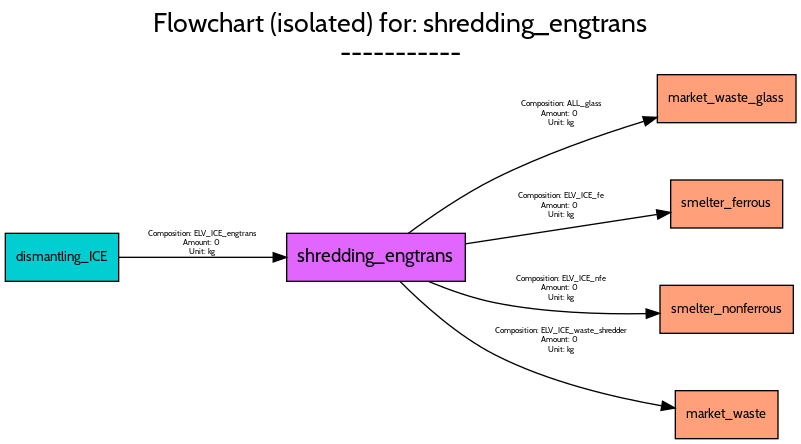
The Graphviz diagram src/examples/ELV/figures/flowcharts/processes/png/shredding_engtrans.png in FutuRaM-Project/Recovery-Model, before a commit. Its source is kept beside it as src/examples/ELV/figures/flowcharts/processes/dot/shredding_engtrans.dot.
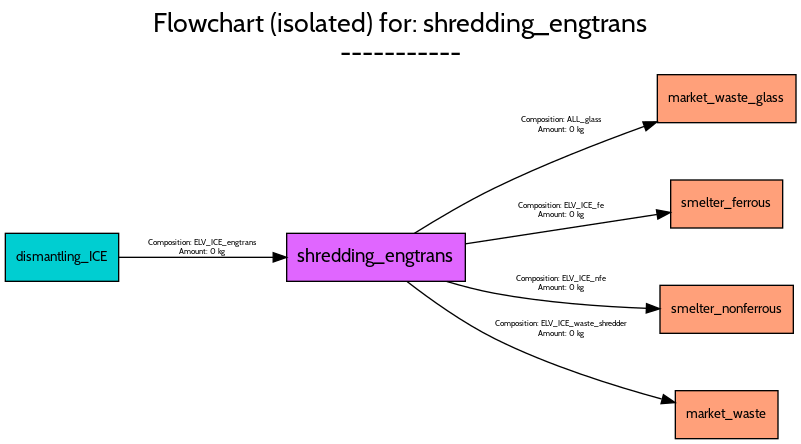
The same file after the commit.

Change to the diagram source:
```diff
@@ -35,10 +35,9 @@
 		fontname=Cabin,
 		fontsize=6,
 		label="Composition: ALL_glass
-Amount: 0
-Unit: kg",
-		lp="417,243.5",
-		pos="e,488.64,240.98 302.27,154.02 319.45,166.71 343.79,183.43 367,195 402.74,212.81 445.05,227.58 478.89,238.02"];
+Amount: 0 kg",
+		lp="417,235",
+		pos="e,488.73,237.65 306.88,154.07 323.87,164.68 346.24,177.93 367,188 403.27,205.59 445.42,221.99 479.03,234.17"];
 	smelter_ferrous	[fillcolor=lightsalmon1,
 		fontname=Cabin,
 		fontsize=10,
@@ -51,9 +50,8 @@
 		fontname=Cabin,
 		fontsize=6,
 		label="Composition: ELV_ICE_fe
-Amount: 0
-Unit: kg",
-		lp="417,174.5",
+Amount: 0 kg",
+		lp="417,171",
 		pos="e,498.75,169.68 345.2,146.15 389.75,152.97 447.63,161.84 488.69,168.14"];
 	smelter_nonferrous	[fillcolor=lightsalmon1,
 		fontname=Cabin,
@@ -67,10 +65,9 @@
 		fontname=Cabin,
 		fontsize=6,
 		label="Composition: ELV_ICE_nfe
-Amount: 0
-Unit: kg",
-		lp="417,112.5",
-		pos="e,490.65,94.021 317.57,117.83 332.65,111.61 350.3,105.36 367,102 404.24,94.498 446.89,93.186 480.52,93.78"];
+Amount: 0 kg",
+		lp="417,116",
+		pos="e,490.78,97.433 331.09,117.87 342.78,114.41 355.22,111.19 367,109 404.42,102.06 447.07,99.044 480.66,97.773"];
 	market_waste	[fillcolor=lightsalmon1,
 		fontname=Cabin,
 		fontsize=10,
@@ -83,10 +80,9 @@
 		fontname=Cabin,
 		fontsize=6,
 		label="Composition: ELV_ICE_waste_shredder
-Amount: 0
-Unit: kg",
-		lp="417,73.5",
-		pos="e,502.19,22.96 296.18,117.75 312.79,101.14 339.44,77.12 367,63 406.59,42.714 456.09,31.037 491.98,24.688"];
+Amount: 0 kg",
+		lp="417,82",
+		pos="e,502.33,27.047 301.39,117.77 318.54,104.5 343.21,86.854 367,75 407.45,54.85 456.64,39.435 492.22,29.748"];
 	dismantling_ICE	[fillcolor=darkturquoise,
 		fontname=Cabin,
 		fontsize=10,
@@ -99,8 +95,7 @@
 		fontname=Cabin,
 		fontsize=6,
 		label="Composition: ELV_ICE_engtrans
-Amount: 0
-Unit: kg",
-		lp="148,146.5",
+Amount: 0 kg",
+		lp="148,143",
 		pos="e,210.9,136 85.245,136 117.28,136 162.37,136 200.78,136"];
 }
```
